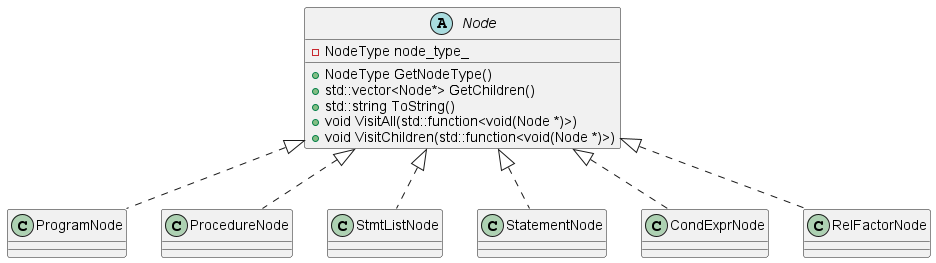
mazx4960/static-analyzer keeps this PlantUML diagram as docs/images/SPASTSimplifiedClassDiagram.png. Above is the earlier version.
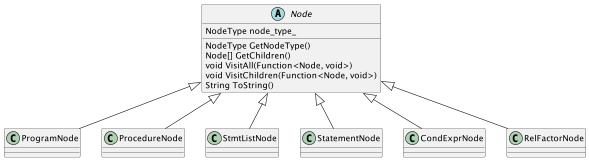
The same diagram one commit later.

What changed in the source:
```diff
@@ -1,12 +1,12 @@
 @startuml
 
 abstract class Node {
-    -NodeType node_type_
-    +NodeType GetNodeType()
-    +std::vector<Node*> GetChildren()
-    +std::string ToString()
-    +void VisitAll(std::function<void(Node *)>)
-    +void VisitChildren(std::function<void(Node *)>)
+    NodeType node_type_
+    NodeType GetNodeType()
+    Node[] GetChildren()
+    void VisitAll(Function<Node, void>)
+    void VisitChildren(Function<Node, void>)
+    String ToString()
 }
 
 class ProgramNode
@@ -16,11 +16,11 @@
 class CondExprNode
 class RelFactorNode
 
-ProgramNode .up.|> Node
-ProcedureNode .up.|> Node
-StmtListNode .up.|> Node
-StatementNode .up.|> Node
-CondExprNode .up.|> Node
-RelFactorNode .up.|> Node
+ProgramNode -up-|> Node
+ProcedureNode -up-|> Node
+StmtListNode -up-|> Node
+StatementNode -up-|> Node
+CondExprNode -up-|> Node
+RelFactorNode -up-|> Node
 
 @enduml
```
